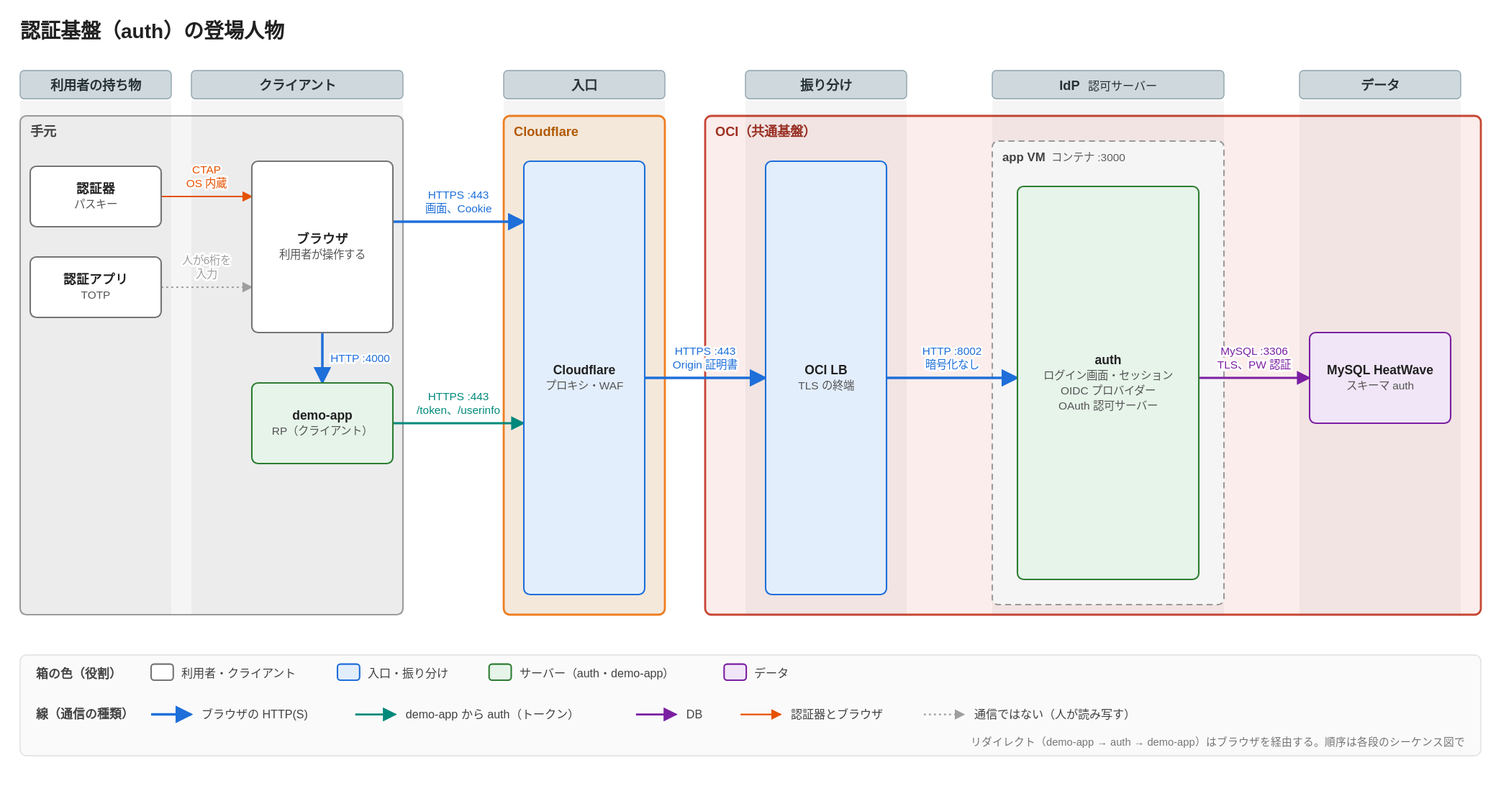
This is docs/diagrams/overview.drawio.svg from alphajinsei/auth, a draw.io export, as it was before one commit. Source tidied: cells renumbered, new cells last; positions are measured from the earlier drawing's top-left corner, leaving out a move shared by most shapes.
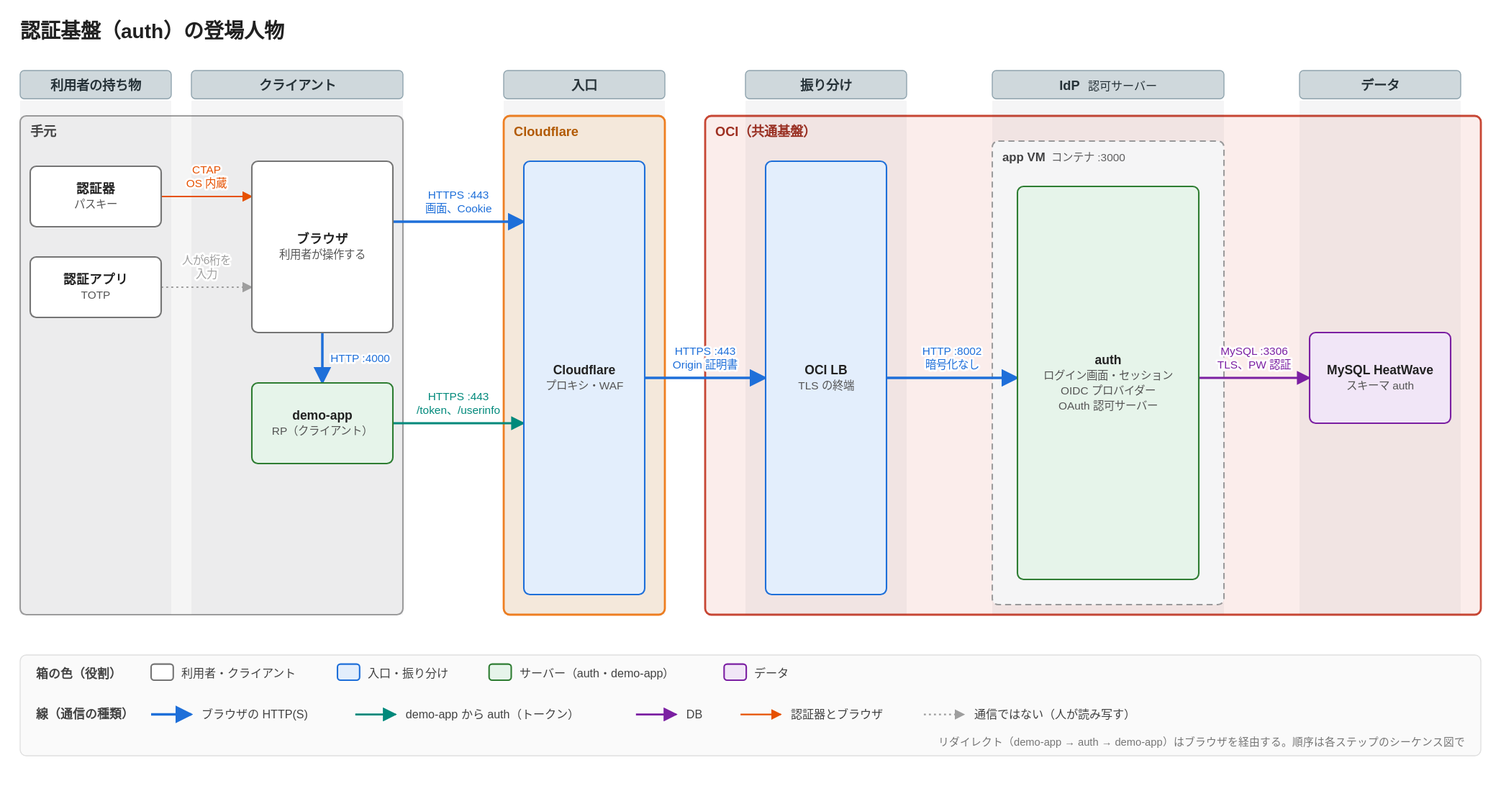
Above is the later version.

Change to the diagram source:
```diff
@@ -195,7 +195,7 @@
     <mxCell id="55" value="&lt;font color=&quot;#424242&quot;&gt;通信ではない（人が読み写す）&lt;/font&gt;" style="text;html=1;align=left;verticalAlign=middle;fontSize=11.5;fontColor=#424242;" parent="1" vertex="1">
       <mxGeometry x="945.1" y="683" width="181" height="20" as="geometry" />
     </mxCell>
-    <mxCell id="56" value="&lt;font color=&quot;#757575&quot;&gt;リダイレクト（demo-app → auth → demo-app）はブラウザを経由する。順序は各段のシーケンス図で&lt;/font&gt;" style="text;html=1;align=right;fontSize=10.5;fontColor=#757575;" parent="1" vertex="1">
+    <mxCell id="56" value="&lt;font color=&quot;#757575&quot;&gt;リダイレクト（demo-app → auth → demo-app）はブラウザを経由する。順序は各ステップのシーケンス図で&lt;/font&gt;" style="text;html=1;align=right;fontSize=10.5;fontColor=#757575;" parent="1" vertex="1">
       <mxGeometry x="1034" y="711" width="400" height="20" as="geometry" />
     </mxCell>
   </root>
```
